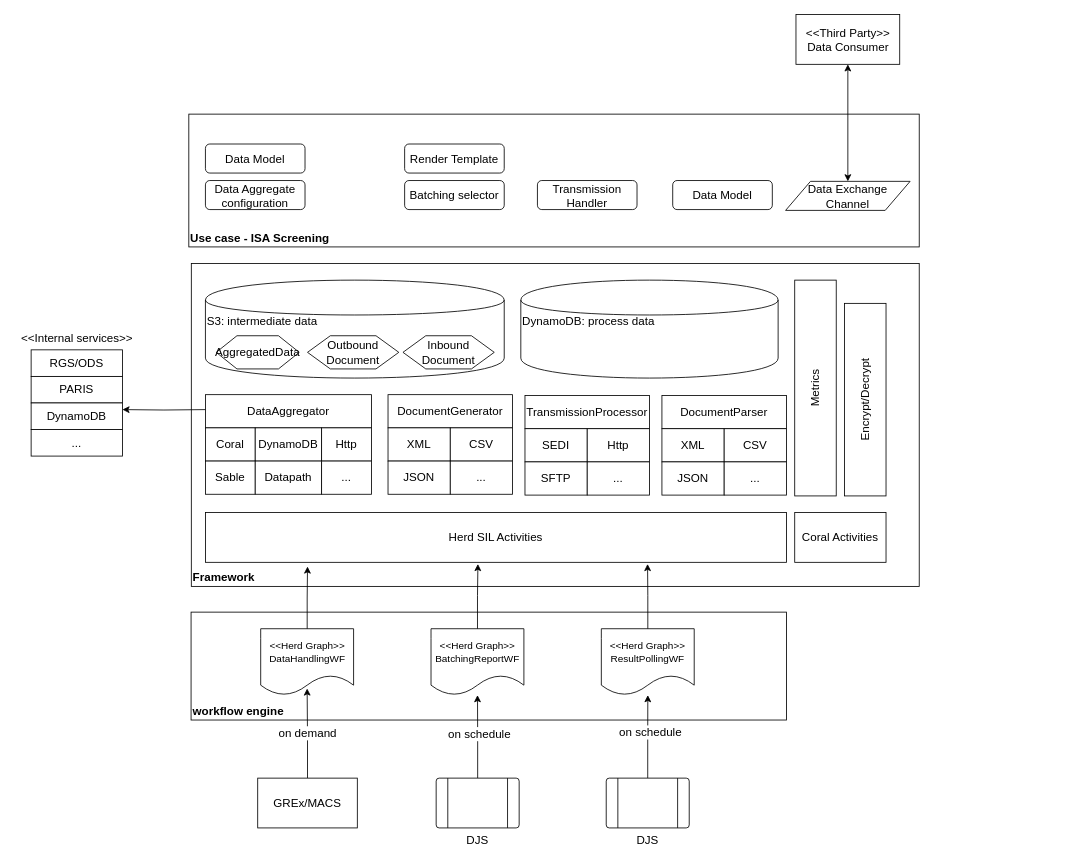
Before: Untitled Diagram.drawio in dongposhi/Mimicat, a draw.io diagram. Source tidied: cells renumbered, new cells numbered last; positions are measured from the earlier drawing's top-left corner, leaving out a move shared by most shapes. Both pictures are drawn from the tidied source at 83%, with x=0, y=0 at pixel (14, 14).
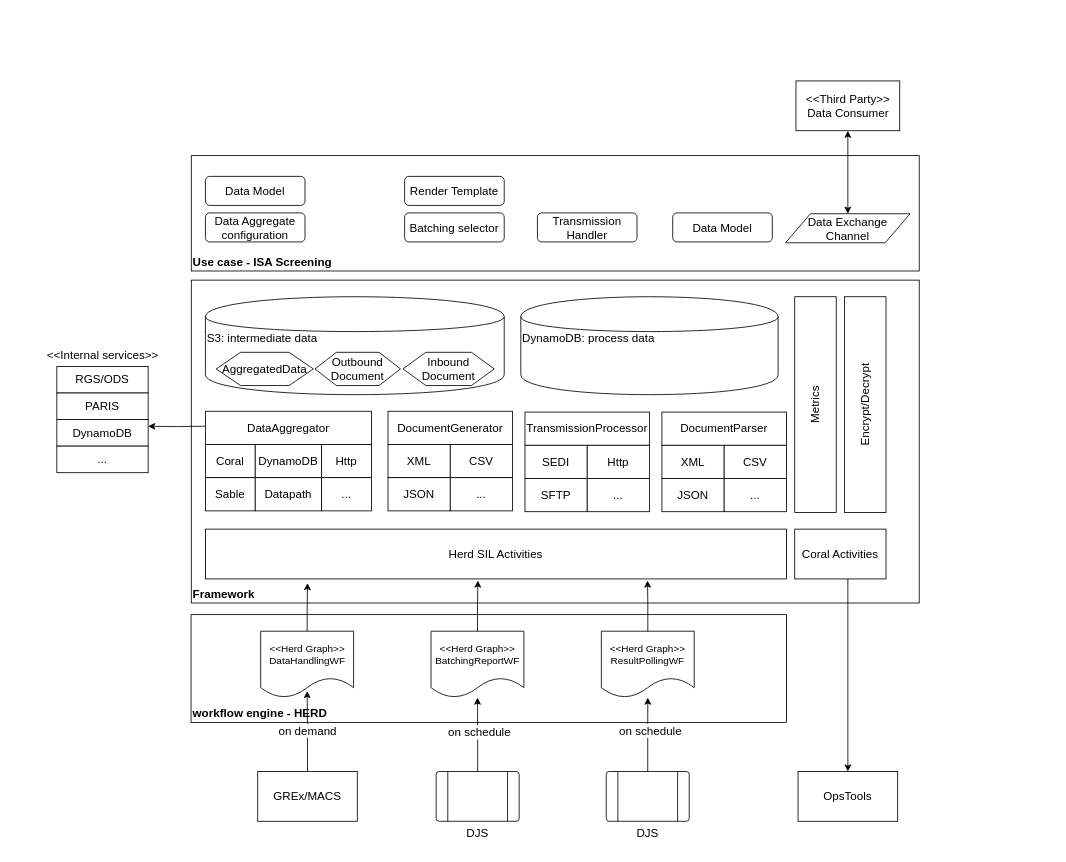
Above is the later version.

Unchanged cells that the change refers to:
```xml
<mxCell id="10" value="Coral Activities" style="rounded=0;whiteSpace=wrap;html=1;fontSize=14;align=center;" parent="2" vertex="1">
  <mxGeometry x="160" y="141" width="110" height="60" as="geometry" />
</mxCell>
<mxCell id="15" value="&amp;lt;&amp;lt;Herd Graph&amp;gt;&amp;gt;&lt;br&gt;DataHandlingWF" style="shape=document;whiteSpace=wrap;html=1;boundedLbl=1;" parent="13" vertex="1">
  <mxGeometry x="46.6" y="20" width="111.9" height="80" as="geometry" />
</mxCell>
<mxCell id="70" value="DynamoDB" style="rounded=0;whiteSpace=wrap;html=1;fontSize=14;align=center;" parent="67" vertex="1">
  <mxGeometry y="64" width="110" height="32" as="geometry" />
</mxCell>
```

Change to the diagram source:
```diff
@@
     <mxCell id="2" style="group;" parent="1" vertex="1">
-      <mxGeometry x="780" y="459" width="470" height="230" as="geometry" />
+      <mxGeometry x="780" y="479" width="470" height="230" as="geometry" />
     </mxCell>
@@
     <mxCell id="13" style="group;" parent="1" vertex="1">
-      <mxGeometry x="250" y="720" width="830" height="130" as="geometry" />
+      <mxGeometry x="250" y="723" width="830" height="130" as="geometry" />
     </mxCell>
-    <mxCell id="14" value="workflow engine" style="rounded=0;whiteSpace=wrap;html=1;align=left;verticalAlign=bottom;fontStyle=1;fontSize=14;" parent="13" vertex="1">
+    <mxCell id="14" value="workflow engine - HERD" style="rounded=0;whiteSpace=wrap;html=1;align=left;verticalAlign=bottom;fontStyle=1;fontSize=14;" parent="13" vertex="1">
       <mxGeometry x="-37.3" width="717.3" height="130" as="geometry" />
     </mxCell>
@@
     <mxCell id="18" value="Use case - ISA Screening" style="rounded=0;whiteSpace=wrap;html=1;fontSize=14;align=left;verticalAlign=bottom;fontStyle=1;" parent="1" vertex="1">
-      <mxGeometry x="210" y="120" width="880" height="160" as="geometry" />
+      <mxGeometry x="213" y="170" width="877" height="139" as="geometry" />
     </mxCell>
@@
     <mxCell id="21" value="DJS" style="verticalLabelPosition=bottom;verticalAlign=top;html=1;shape=process;whiteSpace=wrap;rounded=1;size=0.14;arcSize=6;fontSize=14;" parent="1" vertex="1">
-      <mxGeometry x="508" y="920" width="100" height="60" as="geometry" />
+      <mxGeometry x="508" y="912" width="100" height="60" as="geometry" />
     </mxCell>
@@
     <mxCell id="24" value="DJS" style="verticalLabelPosition=bottom;verticalAlign=top;html=1;shape=process;whiteSpace=wrap;rounded=1;size=0.14;arcSize=6;fontSize=14;" parent="1" vertex="1">
-      <mxGeometry x="712.9" y="920" width="100" height="60" as="geometry" />
+      <mxGeometry x="712.9" y="912" width="100" height="60" as="geometry" />
     </mxCell>
@@
     <mxCell id="27" value="GREx/MACS" style="rounded=0;whiteSpace=wrap;html=1;fontSize=14;" parent="1" vertex="1">
-      <mxGeometry x="293" y="920" width="120" height="60" as="geometry" />
+      <mxGeometry x="293" y="912" width="120" height="60" as="geometry" />
     </mxCell>
     <mxCell id="28" value="Data Model" style="rounded=1;whiteSpace=wrap;html=1;fontSize=14;" parent="1" vertex="1">
-      <mxGeometry x="230" y="156" width="120" height="35" as="geometry" />
+      <mxGeometry x="230" y="195" width="120" height="35" as="geometry" />
     </mxCell>
     <mxCell id="29" value="Render Template" style="rounded=1;whiteSpace=wrap;html=1;fontSize=14;" parent="1" vertex="1">
-      <mxGeometry x="470" y="156" width="120" height="35" as="geometry" />
+      <mxGeometry x="470" y="195" width="120" height="35" as="geometry" />
     </mxCell>
     <mxCell id="30" value="Batching selector" style="rounded=1;whiteSpace=wrap;html=1;fontSize=14;" parent="1" vertex="1">
-      <mxGeometry x="470" y="200" width="120" height="35" as="geometry" />
+      <mxGeometry x="470" y="239" width="120" height="35" as="geometry" />
     </mxCell>
     <mxCell id="31" value="Transmission Handler" style="rounded=1;whiteSpace=wrap;html=1;fontSize=14;" parent="1" vertex="1">
-      <mxGeometry x="630" y="200" width="120" height="35" as="geometry" />
+      <mxGeometry x="630" y="239" width="120" height="35" as="geometry" />
     </mxCell>
     <mxCell id="32" value="Data Aggregate&lt;br&gt;configuration" style="rounded=1;whiteSpace=wrap;html=1;fontSize=14;" parent="1" vertex="1">
-      <mxGeometry x="230" y="200" width="120" height="35" as="geometry" />
+      <mxGeometry x="230" y="239" width="120" height="35" as="geometry" />
     </mxCell>
     <mxCell id="33" style="group;" parent="1" vertex="1">
-      <mxGeometry x="230" y="438" width="200" height="140" as="geometry" />
+      <mxGeometry x="230" y="458" width="200" height="140" as="geometry" />
     </mxCell>
@@
     <mxCell id="41" value="AggregatedData" style="shape=hexagon;perimeter=hexagonPerimeter2;whiteSpace=wrap;html=1;fontSize=14;" parent="1" vertex="1">
-      <mxGeometry x="243" y="387" width="100" height="40" as="geometry" />
+      <mxGeometry x="243" y="407" width="117" height="40" as="geometry" />
     </mxCell>
     <mxCell id="42" value="Outbound&lt;br&gt;Document" style="shape=hexagon;perimeter=hexagonPerimeter2;whiteSpace=wrap;html=1;fontSize=14;" parent="1" vertex="1">
-      <mxGeometry x="353" y="387" width="110" height="40" as="geometry" />
+      <mxGeometry x="362" y="407" width="103" height="40" as="geometry" />
     </mxCell>
     <mxCell id="43" style="group;" parent="1" vertex="1">
-      <mxGeometry x="615" y="459" width="150" height="120" as="geometry" />
+      <mxGeometry x="615" y="479" width="150" height="120" as="geometry" />
     </mxCell>
@@
     <mxCell id="49" style="group;" parent="1" vertex="1">
-      <mxGeometry x="450" y="458" width="150" height="120" as="geometry" />
+      <mxGeometry x="450" y="478" width="150" height="120" as="geometry" />
     </mxCell>
@@
     <mxCell id="55" value="Inbound&lt;br&gt;Document" style="shape=hexagon;perimeter=hexagonPerimeter2;whiteSpace=wrap;html=1;fontSize=14;" parent="1" vertex="1">
-      <mxGeometry x="468" y="387" width="110" height="40" as="geometry" />
+      <mxGeometry x="468" y="407" width="110" height="40" as="geometry" />
     </mxCell>
     <mxCell id="56" value="Data Model" style="rounded=1;whiteSpace=wrap;html=1;fontSize=14;" parent="1" vertex="1">
-      <mxGeometry x="793" y="200" width="120" height="35" as="geometry" />
+      <mxGeometry x="793" y="239" width="120" height="35" as="geometry" />
     </mxCell>
     <mxCell id="57" value="Metrics" style="rounded=0;whiteSpace=wrap;html=1;fontSize=14;align=center;horizontal=0;" parent="1" vertex="1">
-      <mxGeometry x="940" y="320" width="50" height="260" as="geometry" />
+      <mxGeometry x="940" y="340" width="50" height="260" as="geometry" />
     </mxCell>
     <mxCell id="58" value="Encrypt/Decrypt" style="rounded=0;whiteSpace=wrap;html=1;fontSize=14;align=center;horizontal=0;" parent="1" vertex="1">
-      <mxGeometry x="1000" y="348" width="50" height="232" as="geometry" />
+      <mxGeometry x="1000" y="340" width="50" height="260" as="geometry" />
     </mxCell>
     <mxCell id="59" style="edgeStyle=orthogonalEdgeStyle;rounded=0;jettySize=auto;html=1;entryX=1;entryY=0.25;entryDx=0;entryDy=0;fontSize=14;" parent="1" edge="1" target="70">
       <mxGeometry relative="1" as="geometry">
-        <mxPoint x="230" y="476" as="sourcePoint" />
+        <mxPoint x="230" y="496" as="sourcePoint" />
       </mxGeometry>
     </mxCell>
     <mxCell id="60" style="edgeStyle=orthogonalEdgeStyle;rounded=0;jettySize=auto;html=1;fontSize=14;" parent="1" edge="1" source="15">
       <mxGeometry relative="1" as="geometry">
-        <mxPoint x="353" y="665" as="targetPoint" />
+        <mxPoint x="353" y="685" as="targetPoint" />
       </mxGeometry>
     </mxCell>
@@
     <mxCell id="64" value="&lt;span style=&quot;white-space: normal&quot;&gt;Data Exchange Channel&lt;/span&gt;" style="shape=parallelogram;perimeter=parallelogramPerimeter;whiteSpace=wrap;html=1;fontSize=14;align=center;" parent="1" vertex="1">
-      <mxGeometry x="929" y="201" width="150" height="35" as="geometry" />
+      <mxGeometry x="929" y="240" width="150" height="35" as="geometry" />
     </mxCell>
     <mxCell id="65" value="&amp;lt;&amp;lt;Third Party&amp;gt;&amp;gt;&lt;br&gt;Data Consumer" style="rounded=0;whiteSpace=wrap;html=1;fontSize=14;align=center;" parent="1" vertex="1">
-      <mxGeometry x="941.5" width="125" height="60" as="geometry" />
+      <mxGeometry x="941.5" y="80" width="125" height="60" as="geometry" />
     </mxCell>
     <mxCell id="66" style="group;" parent="1" vertex="1">
-      <mxGeometry y="380" width="150" height="152" as="geometry" />
+      <mxGeometry x="31" y="400" width="150" height="152" as="geometry" />
     </mxCell>
@@
+    <mxCell id="73" style="edgeStyle=orthogonalEdgeStyle;rounded=0;jettySize=auto;html=1;entryX=0.582;entryY=1;entryDx=0;entryDy=0;entryPerimeter=0;startArrow=classic;startFill=1;fontSize=14;endArrow=none;endFill=0;" parent="1" edge="1" source="74" target="10">
+      <mxGeometry relative="1" as="geometry" />
+    </mxCell>
+    <mxCell id="74" value="OpsTools" style="rounded=0;whiteSpace=wrap;html=1;fontSize=14;" parent="1" vertex="1">
+      <mxGeometry x="944" y="912" width="120" height="60" as="geometry" />
+    </mxCell>
```
